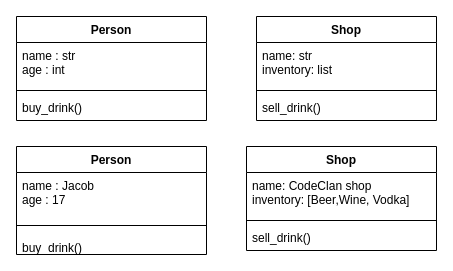
The draw.io diagram PDA_class_diagram.drawio in xboyjx/jacob_pda_evidence, before the edit. Source tidied: cells renumbered, new cells numbered last; positions are measured from the earlier drawing's top-left corner, leaving out a move shared by most shapes. Both pictures are drawn from the tidied source at 100%, with x=0, y=0 at pixel (16, 16).
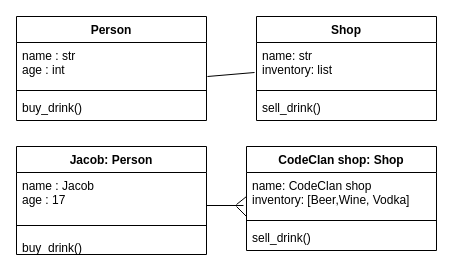
Above is the later version.

Unchanged cells that the change refers to:
```xml
<mxCell id="3" value="name : str&#10;age : int" style="text;strokeColor=none;fillColor=none;align=left;verticalAlign=top;spacingLeft=4;spacingRight=4;overflow=hidden;points=[[0,0.5],[1,0.5]];portConstraint=eastwest;" parent="2" vertex="1">
  <mxGeometry y="26" width="190" height="44" as="geometry" />
</mxCell>
<mxCell id="7" value="name: str&#10;inventory: list" style="text;strokeColor=none;fillColor=none;align=left;verticalAlign=top;spacingLeft=4;spacingRight=4;overflow=hidden;points=[[0,0.5],[1,0.5]];portConstraint=eastwest;" parent="6" vertex="1">
  <mxGeometry y="26" width="180" height="44" as="geometry" />
</mxCell>
<mxCell id="11" value="name : Jacob&#10;age : 17" style="text;strokeColor=none;fillColor=none;align=left;verticalAlign=top;spacingLeft=4;spacingRight=4;overflow=hidden;points=[[0,0.5],[1,0.5]];portConstraint=eastwest;" parent="10" vertex="1">
  <mxGeometry y="26" width="190" height="44" as="geometry" />
</mxCell>
<mxCell id="15" value="name: CodeClan shop&#10;inventory: [Beer,Wine, Vodka]" style="text;strokeColor=none;fillColor=none;align=left;verticalAlign=top;spacingLeft=4;spacingRight=4;overflow=hidden;points=[[0,0.5],[1,0.5]];portConstraint=eastwest;" parent="14" vertex="1">
  <mxGeometry y="26" width="190" height="44" as="geometry" />
</mxCell>
```

Diff of the diagram source:
```diff
@@
-    <mxCell id="10" value="Person" style="swimlane;fontStyle=1;align=center;verticalAlign=top;horizontal=1;startSize=26;" parent="1" vertex="1">
+    <mxCell id="10" value="Jacob: Person" style="swimlane;fontStyle=1;align=center;verticalAlign=top;horizontal=1;startSize=26;" parent="1" vertex="1">
       <mxGeometry y="130" width="190" height="108" as="geometry" />
     </mxCell>
@@
-    <mxCell id="14" value="Shop" style="swimlane;fontStyle=1;align=center;verticalAlign=top;horizontal=1;startSize=26;" parent="1" vertex="1">
+    <mxCell id="14" value="CodeClan shop: Shop" style="swimlane;fontStyle=1;align=center;verticalAlign=top;horizontal=1;startSize=26;" parent="1" vertex="1">
       <mxGeometry x="230" y="130" width="190" height="104" as="geometry" />
     </mxCell>
@@
+    <mxCell id="18" style="endArrow=none;html=1;rounded=0;" parent="14" edge="1">
+      <mxGeometry relative="1" as="geometry">
+        <mxPoint x="-10" y="58" as="sourcePoint" />
+        <mxPoint y="50" as="targetPoint" />
+      </mxGeometry>
+    </mxCell>
@@
+    <mxCell id="19" style="endArrow=none;html=1;rounded=0;exitX=1.005;exitY=0.773;exitDx=0;exitDy=0;exitPerimeter=0;entryX=-0.011;entryY=0.682;entryDx=0;entryDy=0;entryPerimeter=0;" parent="1" edge="1" source="3" target="7">
+      <mxGeometry relative="1" as="geometry" />
+    </mxCell>
+    <mxCell id="20" style="endArrow=none;html=1;rounded=0;exitX=1;exitY=0.75;exitDx=0;exitDy=0;exitPerimeter=0;entryX=-0.016;entryY=0.75;entryDx=0;entryDy=0;entryPerimeter=0;" parent="1" edge="1" source="11" target="15">
+      <mxGeometry relative="1" as="geometry" />
+    </mxCell>
+    <mxCell id="21" style="endArrow=none;html=1;rounded=0;" parent="1" edge="1">
+      <mxGeometry relative="1" as="geometry">
+        <mxPoint x="220" y="190" as="sourcePoint" />
+        <mxPoint x="230" y="200" as="targetPoint" />
+      </mxGeometry>
+    </mxCell>
```
